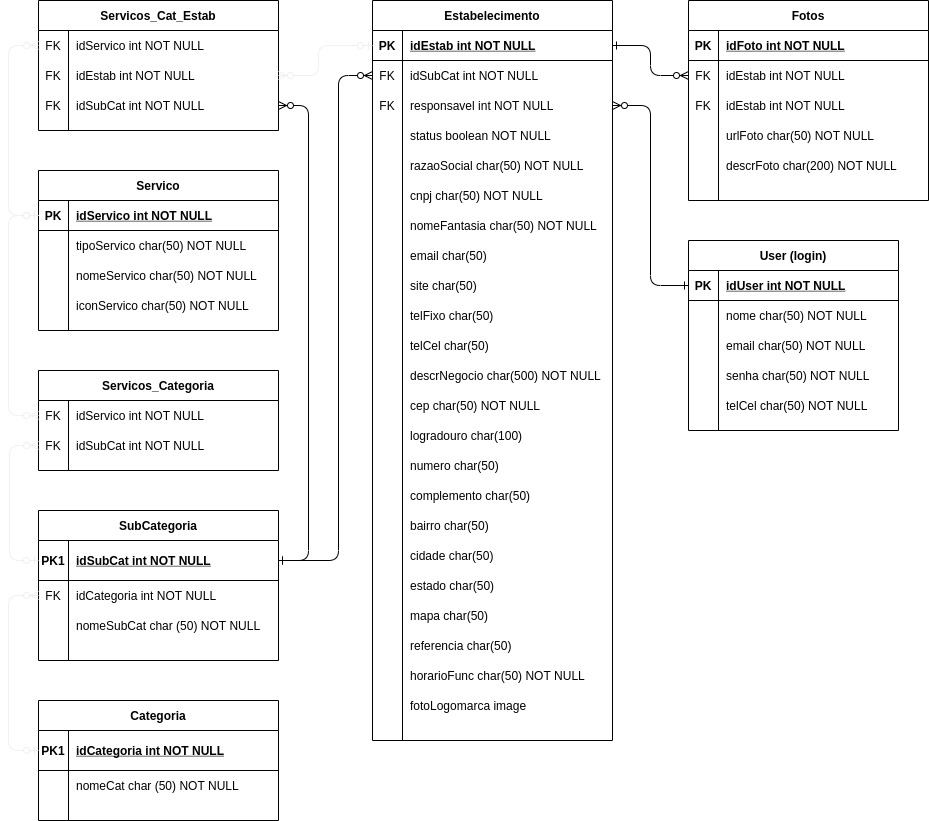
This is Docs/Diagrama-DER_v1.5.png from CarlosProcidio/PCDEVS1G2, a draw.io export, as it was before one commit. Source tidied: cells renumbered, new cells last; positions are measured from the earlier drawing's top-left corner, leaving out a move shared by most shapes.
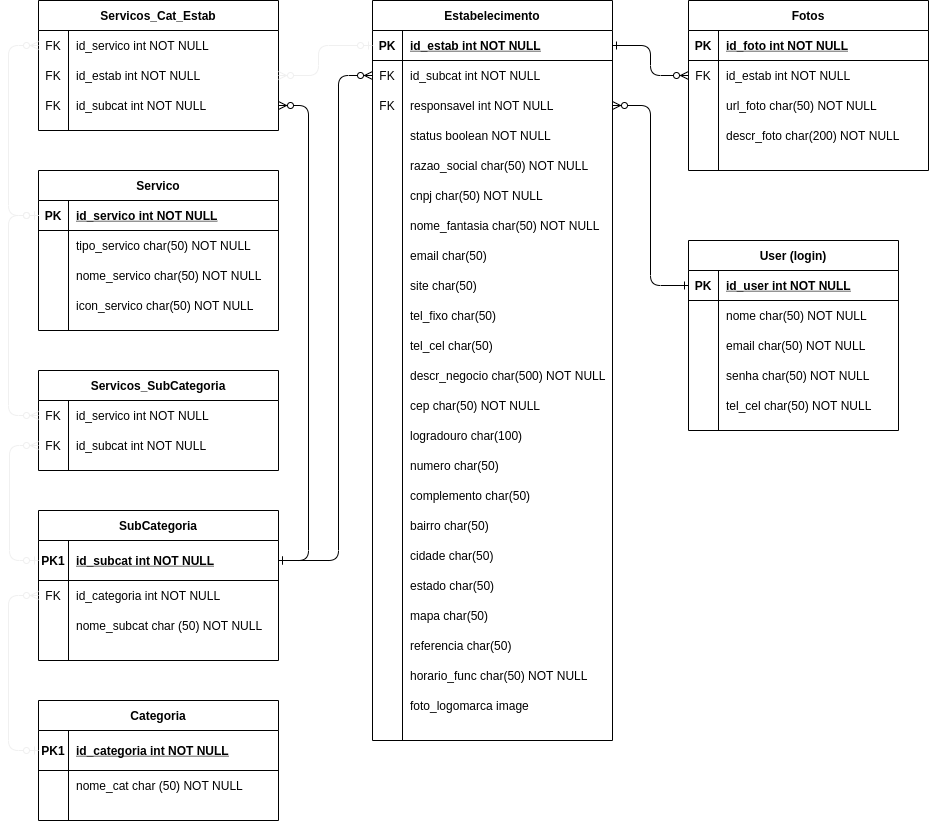
After the change.

The edit, as a diff of the source:
```diff
@@ -13,3 +13,3 @@
     </mxCell>
-    <mxCell id="5" value="idEstab int NOT NULL " style="shape=partialRectangle;overflow=hidden;fillColor=none;top=0;left=0;bottom=0;right=0;align=left;spacingLeft=6;fontStyle=5;" parent="3" vertex="1">
+    <mxCell id="5" value="id_estab int NOT NULL " style="shape=partialRectangle;overflow=hidden;fillColor=none;top=0;left=0;bottom=0;right=0;align=left;spacingLeft=6;fontStyle=5;" parent="3" vertex="1">
       <mxGeometry x="30" width="210" height="30" as="geometry" />
@@ -22,3 +22,3 @@
     </mxCell>
-    <mxCell id="8" value="idSubCat int NOT NULL" style="shape=partialRectangle;overflow=hidden;fillColor=none;top=0;left=0;bottom=0;right=0;align=left;spacingLeft=6;" parent="6" vertex="1">
+    <mxCell id="8" value="id_subcat int NOT NULL" style="shape=partialRectangle;overflow=hidden;fillColor=none;top=0;left=0;bottom=0;right=0;align=left;spacingLeft=6;" parent="6" vertex="1">
       <mxGeometry x="30" width="210" height="30" as="geometry" />
@@ -49,3 +49,3 @@
     </mxCell>
-    <mxCell id="17" value="razaoSocial char(50) NOT NULL" style="shape=partialRectangle;overflow=hidden;fillColor=none;top=0;left=0;bottom=0;right=0;align=left;spacingLeft=6;" parent="15" vertex="1">
+    <mxCell id="17" value="razao_social char(50) NOT NULL" style="shape=partialRectangle;overflow=hidden;fillColor=none;top=0;left=0;bottom=0;right=0;align=left;spacingLeft=6;" parent="15" vertex="1">
       <mxGeometry x="30" width="210" height="30" as="geometry" />
@@ -67,3 +67,3 @@
     </mxCell>
-    <mxCell id="23" value="nomeFantasia char(50) NOT NULL" style="shape=partialRectangle;overflow=hidden;fillColor=none;top=0;left=0;bottom=0;right=0;align=left;spacingLeft=6;" parent="21" vertex="1">
+    <mxCell id="23" value="nome_fantasia char(50) NOT NULL" style="shape=partialRectangle;overflow=hidden;fillColor=none;top=0;left=0;bottom=0;right=0;align=left;spacingLeft=6;" parent="21" vertex="1">
       <mxGeometry x="30" width="210" height="30" as="geometry" />
@@ -94,3 +94,3 @@
     </mxCell>
-    <mxCell id="32" value="telFixo char(50)" style="shape=partialRectangle;overflow=hidden;fillColor=none;top=0;left=0;bottom=0;right=0;align=left;spacingLeft=6;" parent="30" vertex="1">
+    <mxCell id="32" value="tel_fixo char(50)" style="shape=partialRectangle;overflow=hidden;fillColor=none;top=0;left=0;bottom=0;right=0;align=left;spacingLeft=6;" parent="30" vertex="1">
       <mxGeometry x="30" width="210" height="30" as="geometry" />
@@ -103,3 +103,3 @@
     </mxCell>
-    <mxCell id="35" value="telCel char(50)" style="shape=partialRectangle;overflow=hidden;fillColor=none;top=0;left=0;bottom=0;right=0;align=left;spacingLeft=6;" parent="33" vertex="1">
+    <mxCell id="35" value="tel_cel char(50)" style="shape=partialRectangle;overflow=hidden;fillColor=none;top=0;left=0;bottom=0;right=0;align=left;spacingLeft=6;" parent="33" vertex="1">
       <mxGeometry x="30" width="210" height="30" as="geometry" />
@@ -112,3 +112,3 @@
     </mxCell>
-    <mxCell id="38" value="descrNegocio char(500) NOT NULL" style="shape=partialRectangle;overflow=hidden;fillColor=none;top=0;left=0;bottom=0;right=0;align=left;spacingLeft=6;" parent="36" vertex="1">
+    <mxCell id="38" value="descr_negocio char(500) NOT NULL" style="shape=partialRectangle;overflow=hidden;fillColor=none;top=0;left=0;bottom=0;right=0;align=left;spacingLeft=6;" parent="36" vertex="1">
       <mxGeometry x="30" width="210" height="30" as="geometry" />
@@ -202,3 +202,3 @@
     </mxCell>
-    <mxCell id="68" value="horarioFunc char(50) NOT NULL" style="shape=partialRectangle;overflow=hidden;fillColor=none;top=0;left=0;bottom=0;right=0;align=left;spacingLeft=6;" parent="66" vertex="1">
+    <mxCell id="68" value="horario_func char(50) NOT NULL" style="shape=partialRectangle;overflow=hidden;fillColor=none;top=0;left=0;bottom=0;right=0;align=left;spacingLeft=6;" parent="66" vertex="1">
       <mxGeometry x="30" width="210" height="30" as="geometry" />
@@ -211,3 +211,3 @@
     </mxCell>
-    <mxCell id="71" value="fotoLogomarca image" style="shape=partialRectangle;overflow=hidden;fillColor=none;top=0;left=0;bottom=0;right=0;align=left;spacingLeft=6;" parent="69" vertex="1">
+    <mxCell id="71" value="foto_logomarca image" style="shape=partialRectangle;overflow=hidden;fillColor=none;top=0;left=0;bottom=0;right=0;align=left;spacingLeft=6;" parent="69" vertex="1">
       <mxGeometry x="30" width="210" height="30" as="geometry" />
@@ -223,3 +223,3 @@
     </mxCell>
-    <mxCell id="75" value="idUser int NOT NULL " style="shape=partialRectangle;overflow=hidden;fillColor=none;top=0;left=0;bottom=0;right=0;align=left;spacingLeft=6;fontStyle=5;" parent="73" vertex="1">
+    <mxCell id="75" value="id_user int NOT NULL " style="shape=partialRectangle;overflow=hidden;fillColor=none;top=0;left=0;bottom=0;right=0;align=left;spacingLeft=6;fontStyle=5;" parent="73" vertex="1">
       <mxGeometry x="30" width="180" height="30" as="geometry" />
@@ -259,6 +259,6 @@
     </mxCell>
-    <mxCell id="87" value="telCel char(50) NOT NULL" style="shape=partialRectangle;overflow=hidden;fillColor=none;top=0;left=0;bottom=0;right=0;align=left;spacingLeft=6;" parent="85" vertex="1">
+    <mxCell id="87" value="tel_cel char(50) NOT NULL" style="shape=partialRectangle;overflow=hidden;fillColor=none;top=0;left=0;bottom=0;right=0;align=left;spacingLeft=6;" parent="85" vertex="1">
       <mxGeometry x="30" width="180" height="30" as="geometry" />
     </mxCell>
-    <mxCell id="88" value="Servicos_Categoria" style="shape=table;startSize=30;rowLines=0;fontStyle=1;align=center;" parent="1" vertex="1">
+    <mxCell id="88" value="Servicos_SubCategoria" style="shape=table;startSize=30;rowLines=0;fontStyle=1;align=center;" parent="1" vertex="1">
       <mxGeometry x="30" y="370" width="240" height="100" as="geometry" />
@@ -271,3 +271,3 @@
     </mxCell>
-    <mxCell id="91" value="idServico int NOT NULL" style="shape=partialRectangle;overflow=hidden;fillColor=none;top=0;left=0;bottom=0;right=0;align=left;spacingLeft=6;" parent="89" vertex="1">
+    <mxCell id="91" value="id_servico int NOT NULL" style="shape=partialRectangle;overflow=hidden;fillColor=none;top=0;left=0;bottom=0;right=0;align=left;spacingLeft=6;" parent="89" vertex="1">
       <mxGeometry x="30" width="210" height="30" as="geometry" />
@@ -280,3 +280,3 @@
     </mxCell>
-    <mxCell id="94" value="idSubCat int NOT NULL" style="shape=partialRectangle;overflow=hidden;fillColor=none;top=0;left=0;bottom=0;right=0;align=left;spacingLeft=6;" parent="92" vertex="1">
+    <mxCell id="94" value="id_subcat int NOT NULL" style="shape=partialRectangle;overflow=hidden;fillColor=none;top=0;left=0;bottom=0;right=0;align=left;spacingLeft=6;" parent="92" vertex="1">
       <mxGeometry x="30" width="210" height="30" as="geometry" />
@@ -302,3 +302,3 @@
     </mxCell>
-    <mxCell id="100" value="idServico int NOT NULL " style="shape=partialRectangle;overflow=hidden;fillColor=none;top=0;left=0;bottom=0;right=0;align=left;spacingLeft=6;fontStyle=5;" parent="98" vertex="1">
+    <mxCell id="100" value="id_servico int NOT NULL " style="shape=partialRectangle;overflow=hidden;fillColor=none;top=0;left=0;bottom=0;right=0;align=left;spacingLeft=6;fontStyle=5;" parent="98" vertex="1">
       <mxGeometry x="30" width="210" height="30" as="geometry" />
@@ -311,3 +311,3 @@
     </mxCell>
-    <mxCell id="103" value="tipoServico char(50) NOT NULL" style="shape=partialRectangle;overflow=hidden;fillColor=none;top=0;left=0;bottom=0;right=0;align=left;spacingLeft=6;" parent="101" vertex="1">
+    <mxCell id="103" value="tipo_servico char(50) NOT NULL" style="shape=partialRectangle;overflow=hidden;fillColor=none;top=0;left=0;bottom=0;right=0;align=left;spacingLeft=6;" parent="101" vertex="1">
       <mxGeometry x="30" width="210" height="30" as="geometry" />
@@ -320,3 +320,3 @@
     </mxCell>
-    <mxCell id="106" value="nomeServico char(50) NOT NULL" style="shape=partialRectangle;overflow=hidden;fillColor=none;top=0;left=0;bottom=0;right=0;align=left;spacingLeft=6;" parent="104" vertex="1">
+    <mxCell id="106" value="nome_servico char(50) NOT NULL" style="shape=partialRectangle;overflow=hidden;fillColor=none;top=0;left=0;bottom=0;right=0;align=left;spacingLeft=6;" parent="104" vertex="1">
       <mxGeometry x="30" width="210" height="30" as="geometry" />
@@ -329,3 +329,3 @@
     </mxCell>
-    <mxCell id="109" value="iconServico char(50) NOT NULL" style="shape=partialRectangle;overflow=hidden;fillColor=none;top=0;left=0;bottom=0;right=0;align=left;spacingLeft=6;" parent="107" vertex="1">
+    <mxCell id="109" value="icon_servico char(50) NOT NULL" style="shape=partialRectangle;overflow=hidden;fillColor=none;top=0;left=0;bottom=0;right=0;align=left;spacingLeft=6;" parent="107" vertex="1">
       <mxGeometry x="30" width="210" height="30" as="geometry" />
@@ -333,3 +333,3 @@
     <mxCell id="110" value="Fotos" style="shape=table;startSize=30;rowLines=0;fontStyle=1;align=center;" parent="1" vertex="1">
-      <mxGeometry x="680" width="240" height="200" as="geometry" />
+      <mxGeometry x="680" width="240" height="170" as="geometry" />
     </mxCell>
@@ -341,3 +341,3 @@
     </mxCell>
-    <mxCell id="113" value="idFoto int NOT NULL " style="shape=partialRectangle;overflow=hidden;fillColor=none;top=0;left=0;bottom=0;right=0;align=left;spacingLeft=6;fontStyle=5;" parent="111" vertex="1">
+    <mxCell id="113" value="id_foto int NOT NULL " style="shape=partialRectangle;overflow=hidden;fillColor=none;top=0;left=0;bottom=0;right=0;align=left;spacingLeft=6;fontStyle=5;" parent="111" vertex="1">
       <mxGeometry x="30" width="210" height="30" as="geometry" />
@@ -350,16 +350,7 @@
     </mxCell>
-    <mxCell id="116" value="idEstab int NOT NULL" style="shape=partialRectangle;overflow=hidden;fillColor=none;top=0;left=0;bottom=0;right=0;align=left;spacingLeft=6;" parent="114" vertex="1">
+    <mxCell id="116" value="id_estab int NOT NULL" style="shape=partialRectangle;overflow=hidden;fillColor=none;top=0;left=0;bottom=0;right=0;align=left;spacingLeft=6;" parent="114" vertex="1">
       <mxGeometry x="30" width="210" height="30" as="geometry" />
     </mxCell>
-    <mxCell id="117" style="shape=partialRectangle;fillColor=none;top=0;left=0;right=0;bottom=0;" parent="110" vertex="1">
-      <mxGeometry y="90" width="240" height="30" as="geometry" />
-    </mxCell>
-    <mxCell id="118" value="FK" style="shape=partialRectangle;overflow=hidden;fillColor=none;top=0;left=0;bottom=0;right=0;" parent="117" vertex="1">
-      <mxGeometry width="30" height="30" as="geometry" />
-    </mxCell>
-    <mxCell id="119" value="idEstab int NOT NULL" style="shape=partialRectangle;overflow=hidden;fillColor=none;top=0;left=0;bottom=0;right=0;align=left;spacingLeft=6;" parent="117" vertex="1">
-      <mxGeometry x="30" width="210" height="30" as="geometry" />
-    </mxCell>
     <mxCell id="120" style="shape=partialRectangle;fillColor=none;top=0;left=0;right=0;bottom=0;" parent="110" vertex="1">
-      <mxGeometry y="120" width="240" height="30" as="geometry" />
+      <mxGeometry y="90" width="240" height="30" as="geometry" />
     </mxCell>
@@ -368,3 +359,3 @@
     </mxCell>
-    <mxCell id="122" value="urlFoto char(50) NOT NULL" style="shape=partialRectangle;overflow=hidden;fillColor=none;top=0;left=0;bottom=0;right=0;align=left;spacingLeft=6;" parent="120" vertex="1">
+    <mxCell id="122" value="url_foto char(50) NOT NULL" style="shape=partialRectangle;overflow=hidden;fillColor=none;top=0;left=0;bottom=0;right=0;align=left;spacingLeft=6;" parent="120" vertex="1">
       <mxGeometry x="30" width="210" height="30" as="geometry" />
@@ -372,3 +363,3 @@
     <mxCell id="123" style="shape=partialRectangle;fillColor=none;top=0;left=0;right=0;bottom=0;" parent="110" vertex="1">
-      <mxGeometry y="150" width="240" height="30" as="geometry" />
+      <mxGeometry y="120" width="240" height="30" as="geometry" />
     </mxCell>
@@ -377,3 +368,3 @@
     </mxCell>
-    <mxCell id="125" value="descrFoto char(200) NOT NULL" style="shape=partialRectangle;overflow=hidden;fillColor=none;top=0;left=0;bottom=0;right=0;align=left;spacingLeft=6;" parent="123" vertex="1">
+    <mxCell id="125" value="descr_foto char(200) NOT NULL" style="shape=partialRectangle;overflow=hidden;fillColor=none;top=0;left=0;bottom=0;right=0;align=left;spacingLeft=6;" parent="123" vertex="1">
       <mxGeometry x="30" width="210" height="30" as="geometry" />
@@ -389,3 +380,3 @@
     </mxCell>
-    <mxCell id="129" value="idSubCat int NOT NULL " style="shape=partialRectangle;overflow=hidden;fillColor=none;top=0;left=0;bottom=0;right=0;align=left;spacingLeft=6;fontStyle=5;" parent="127" vertex="1">
+    <mxCell id="129" value="id_subcat int NOT NULL " style="shape=partialRectangle;overflow=hidden;fillColor=none;top=0;left=0;bottom=0;right=0;align=left;spacingLeft=6;fontStyle=5;" parent="127" vertex="1">
       <mxGeometry x="30" width="210" height="40" as="geometry" />
@@ -398,3 +389,3 @@
     </mxCell>
-    <mxCell id="132" value="idCategoria int NOT NULL" style="shape=partialRectangle;overflow=hidden;fillColor=none;top=0;left=0;bottom=0;right=0;align=left;spacingLeft=6;" parent="130" vertex="1">
+    <mxCell id="132" value="id_categoria int NOT NULL" style="shape=partialRectangle;overflow=hidden;fillColor=none;top=0;left=0;bottom=0;right=0;align=left;spacingLeft=6;" parent="130" vertex="1">
       <mxGeometry x="30" width="210" height="30" as="geometry" />
@@ -407,3 +398,3 @@
     </mxCell>
-    <mxCell id="135" value="nomeSubCat char (50) NOT NULL" style="shape=partialRectangle;overflow=hidden;fillColor=none;top=0;left=0;bottom=0;right=0;align=left;spacingLeft=6;" parent="133" vertex="1">
+    <mxCell id="135" value="nome_subcat char (50) NOT NULL" style="shape=partialRectangle;overflow=hidden;fillColor=none;top=0;left=0;bottom=0;right=0;align=left;spacingLeft=6;" parent="133" vertex="1">
       <mxGeometry x="30" width="210" height="30" as="geometry" />
@@ -433,3 +424,3 @@
     </mxCell>
-    <mxCell id="141" value="idServico int NOT NULL" style="shape=partialRectangle;overflow=hidden;fillColor=none;top=0;left=0;bottom=0;right=0;align=left;spacingLeft=6;" parent="139" vertex="1">
+    <mxCell id="141" value="id_servico int NOT NULL" style="shape=partialRectangle;overflow=hidden;fillColor=none;top=0;left=0;bottom=0;right=0;align=left;spacingLeft=6;" parent="139" vertex="1">
       <mxGeometry x="30" width="210" height="30" as="geometry" />
@@ -442,3 +433,3 @@
     </mxCell>
-    <mxCell id="144" value="idEstab int NOT NULL" style="shape=partialRectangle;overflow=hidden;fillColor=none;top=0;left=0;bottom=0;right=0;align=left;spacingLeft=6;" parent="142" vertex="1">
+    <mxCell id="144" value="id_estab int NOT NULL" style="shape=partialRectangle;overflow=hidden;fillColor=none;top=0;left=0;bottom=0;right=0;align=left;spacingLeft=6;" parent="142" vertex="1">
       <mxGeometry x="30" width="210" height="30" as="geometry" />
@@ -451,3 +442,3 @@
     </mxCell>
-    <mxCell id="147" value="idSubCat int NOT NULL" style="shape=partialRectangle;overflow=hidden;fillColor=none;top=0;left=0;bottom=0;right=0;align=left;spacingLeft=6;" parent="145" vertex="1">
+    <mxCell id="147" value="id_subcat int NOT NULL" style="shape=partialRectangle;overflow=hidden;fillColor=none;top=0;left=0;bottom=0;right=0;align=left;spacingLeft=6;" parent="145" vertex="1">
       <mxGeometry x="30" width="210" height="30" as="geometry" />
@@ -484,3 +475,3 @@
     </mxCell>
-    <mxCell id="154" value="idCategoria int NOT NULL " style="shape=partialRectangle;overflow=hidden;fillColor=none;top=0;left=0;bottom=0;right=0;align=left;spacingLeft=6;fontStyle=5;" parent="152" vertex="1">
+    <mxCell id="154" value="id_categoria int NOT NULL " style="shape=partialRectangle;overflow=hidden;fillColor=none;top=0;left=0;bottom=0;right=0;align=left;spacingLeft=6;fontStyle=5;" parent="152" vertex="1">
       <mxGeometry x="30" width="210" height="40" as="geometry" />
@@ -493,3 +484,3 @@
     </mxCell>
-    <mxCell id="157" value="nomeCat char (50) NOT NULL" style="shape=partialRectangle;overflow=hidden;fillColor=none;top=0;left=0;bottom=0;right=0;align=left;spacingLeft=6;" parent="155" vertex="1">
+    <mxCell id="157" value="nome_cat char (50) NOT NULL" style="shape=partialRectangle;overflow=hidden;fillColor=none;top=0;left=0;bottom=0;right=0;align=left;spacingLeft=6;" parent="155" vertex="1">
       <mxGeometry x="30" width="210" height="30" as="geometry" />
```
